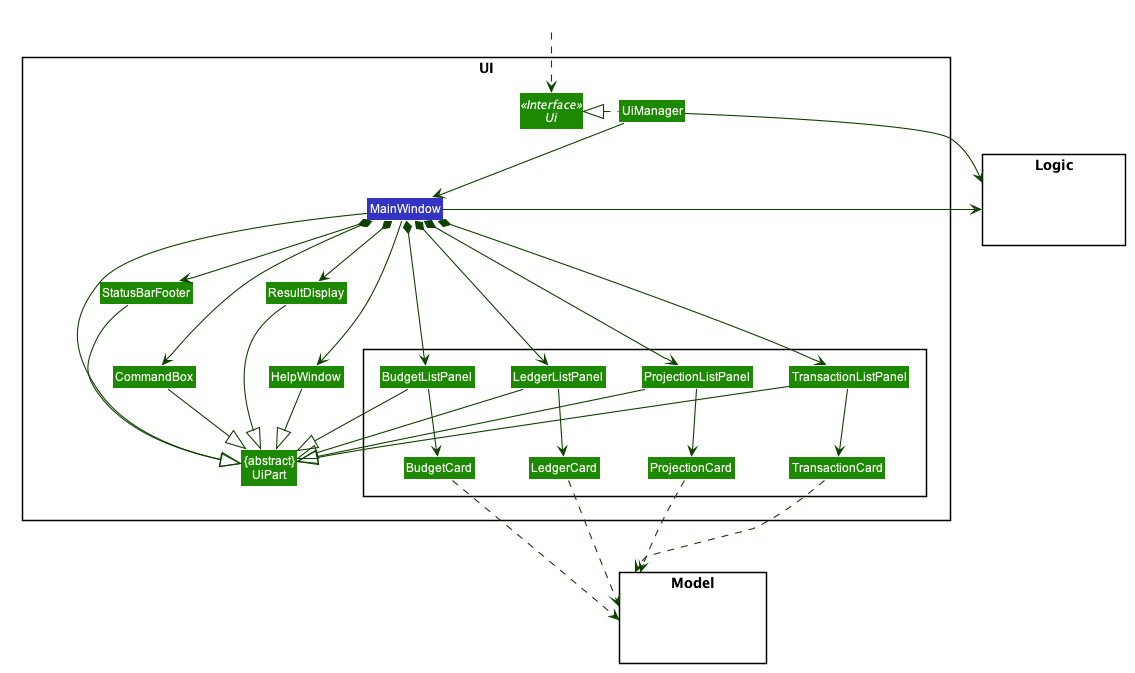
This is docs/images/UiClassDiagram.png from nus-cs2103-AY1920S1/addressbook-level3, a PlantUML export, as it was before one commit.
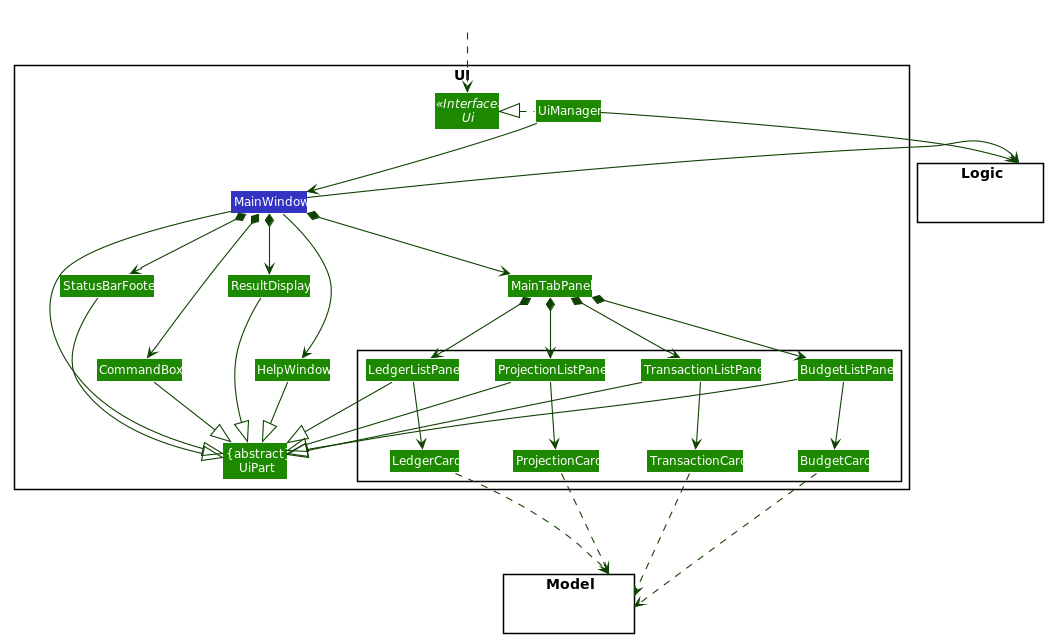
The same file after the commit.

The edit, as a diff of the source:
```diff
@@ -60,6 +60,7 @@
 Class ResultDisplay
 Class StatusBarFooter
 Class CommandBox
+Class MainTabPanel
 
 package {
 Class TransactionListPanel
@@ -89,10 +90,11 @@
 MainWindow --> HelpWindow
 MainWindow *-down-> CommandBox
 MainWindow *-down-> ResultDisplay
-MainWindow *-down-> TransactionListPanel
-MainWindow *-down-> BudgetListPanel
-MainWindow *-down-> LedgerListPanel
-MainWindow *-down-> ProjectionListPanel
+MainWindow *-down-> MainTabPanel
+MainTabPanel *-down-> TransactionListPanel
+MainTabPanel *-down-> BudgetListPanel
+MainTabPanel *-down-> LedgerListPanel
+MainTabPanel *-down-> ProjectionListPanel
 MainWindow *-down-> StatusBarFooter
 
 StatusBarFooter -[hidden]down-> CommandBox
```
